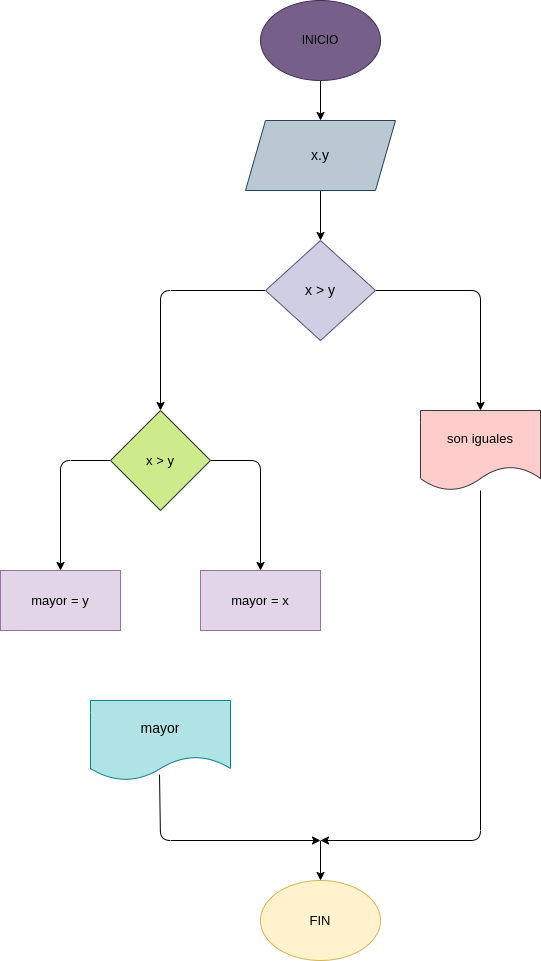
Above: diagrama.png in lizethayalaa/mayor_2enteros (draw.io), before the change. Source tidied: cells renumbered, new cells last; positions are measured from the earlier drawing's top-left corner, leaving out a move shared by most shapes.
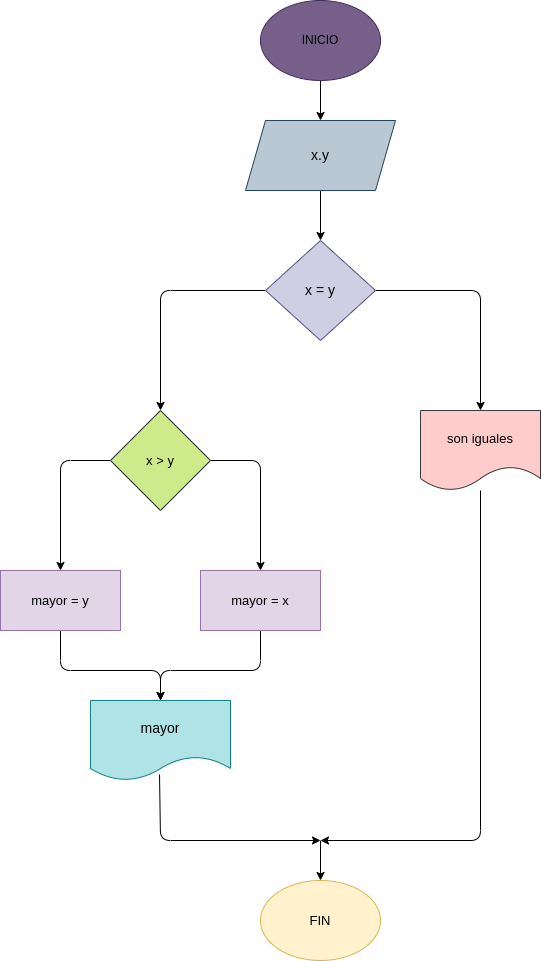
After the commit.

Commit message:
Se modifico el diagrama de flujo

What changed in the source:
```diff
@@ -28,7 +28,7 @@
         </Array>
       </mxGeometry>
     </mxCell>
-    <mxCell id="8" value="&lt;font style=&quot;font-size: 14px;&quot; color=&quot;#000000&quot;&gt;x &amp;gt; y&lt;/font&gt;" style="rhombus;whiteSpace=wrap;html=1;fillColor=#d0cee2;strokeColor=#56517e;" parent="1" vertex="1">
+    <mxCell id="8" value="&lt;font style=&quot;font-size: 14px;&quot; color=&quot;#000000&quot;&gt;x = y&lt;/font&gt;" style="rhombus;whiteSpace=wrap;html=1;fillColor=#d0cee2;strokeColor=#56517e;" parent="1" vertex="1">
       <mxGeometry x="265" y="240" width="110" height="100" as="geometry" />
     </mxCell>
     <mxCell id="9" style="edgeStyle=none;html=1;fontSize=14;fontColor=#000000;exitX=0.493;exitY=0.925;exitDx=0;exitDy=0;exitPerimeter=0;" parent="1" edge="1" source="10">
@@ -78,9 +78,26 @@
     <mxCell id="17" value="&lt;font color=&quot;#000000&quot;&gt;son iguales&lt;/font&gt;" style="shape=document;whiteSpace=wrap;html=1;boundedLbl=1;fontSize=13;fillColor=#ffcccc;strokeColor=#36393d;" parent="1" vertex="1">
       <mxGeometry x="420" y="410" width="120" height="80" as="geometry" />
     </mxCell>
+    <mxCell id="20" style="edgeStyle=none;html=1;entryX=0.5;entryY=0;entryDx=0;entryDy=0;" parent="1" edge="1" source="18" target="10">
+      <mxGeometry relative="1" as="geometry">
+        <Array as="points">
+          <mxPoint x="60" y="670" />
+          <mxPoint x="160" y="670" />
+        </Array>
+      </mxGeometry>
+    </mxCell>
     <mxCell id="18" value="&lt;font color=&quot;#000000&quot;&gt;mayor = y&lt;/font&gt;" style="rounded=0;whiteSpace=wrap;html=1;fontSize=13;fillColor=#e1d5e7;strokeColor=#9673a6;" parent="1" vertex="1">
       <mxGeometry y="570" width="120" height="60" as="geometry" />
     </mxCell>
+    <mxCell id="21" style="edgeStyle=none;html=1;" parent="1" edge="1" source="19">
+      <mxGeometry relative="1" as="geometry">
+        <mxPoint x="160" y="700" as="targetPoint" />
+        <Array as="points">
+          <mxPoint x="260" y="670" />
+          <mxPoint x="160" y="670" />
+        </Array>
+      </mxGeometry>
+    </mxCell>
     <mxCell id="19" value="&lt;font color=&quot;#000000&quot;&gt;mayor = x&lt;/font&gt;" style="rounded=0;whiteSpace=wrap;html=1;fontSize=13;fillColor=#e1d5e7;strokeColor=#9673a6;" parent="1" vertex="1">
       <mxGeometry x="200" y="570" width="120" height="60" as="geometry" />
     </mxCell>
```
